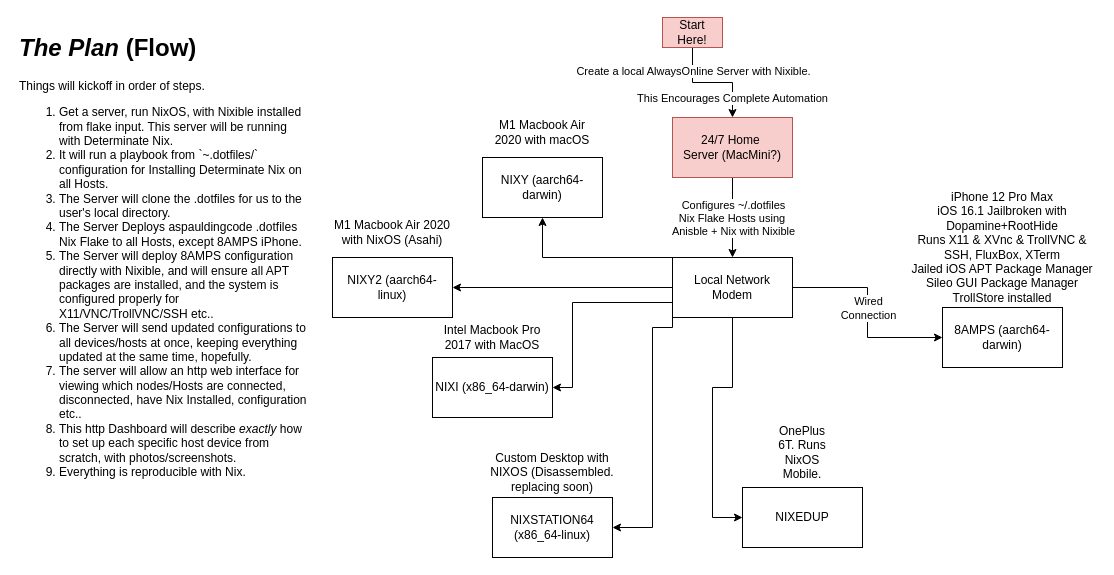
Before: architecture.drawio in aspauldingcode/.dotfiles, a draw.io diagram. Source tidied: cells renumbered, new cells numbered last; positions are measured from the earlier drawing's top-left corner, leaving out a move shared by most shapes. Both pictures are drawn from the tidied source at 100%, with x=0, y=0 at pixel (17, 17).
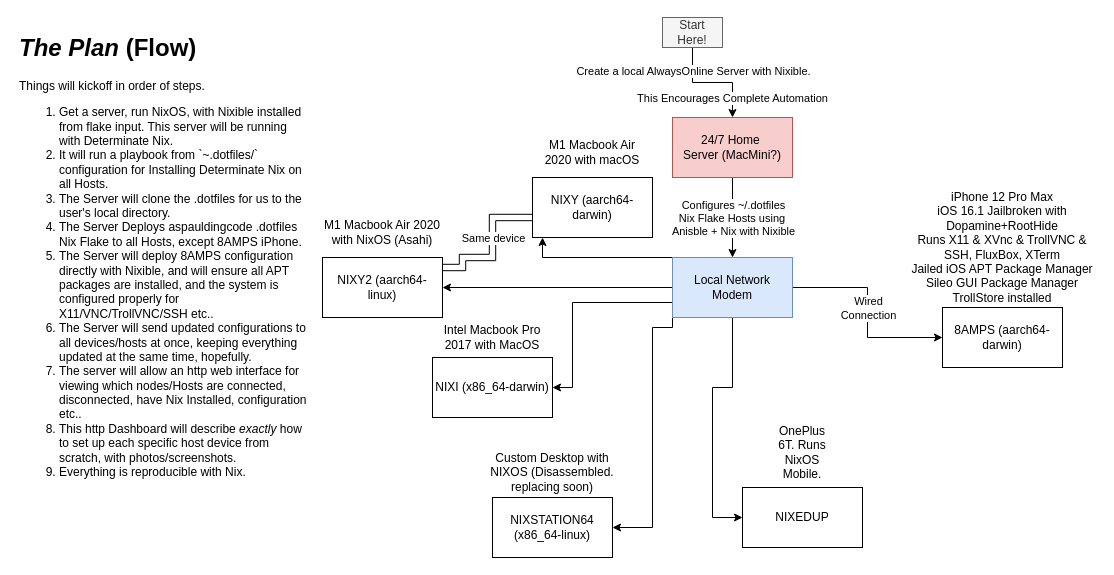
Above is the later version.

The edit, as a diff of the source:
```diff
@@
-    <mxCell id="12" value="Local Network Modem" style="rounded=0;whiteSpace=wrap;html=1;" parent="1" vertex="1">
+    <mxCell id="12" value="Local Network Modem" style="rounded=0;whiteSpace=wrap;html=1;fillColor=#dae8fc;strokeColor=#6c8ebf;" parent="1" vertex="1">
       <mxGeometry x="655" y="240" width="120" height="60" as="geometry" />
     </mxCell>
@@
     <mxCell id="14" value="NIXY (aarch64-darwin)" style="rounded=0;whiteSpace=wrap;html=1;" parent="1" vertex="1">
-      <mxGeometry x="465" y="140" width="120" height="60" as="geometry" />
+      <mxGeometry x="515" y="160" width="120" height="60" as="geometry" />
     </mxCell>
+    <mxCell id="30" style="edgeStyle=orthogonalEdgeStyle;rounded=0;orthogonalLoop=1;jettySize=auto;html=1;exitX=1;exitY=0;exitDx=0;exitDy=0;shape=link;width=6.399999999999999;" parent="1" edge="1">
+      <mxGeometry relative="1" as="geometry">
+        <mxPoint x="425" y="250" as="sourcePoint" />
+        <mxPoint x="515" y="200" as="targetPoint" />
+        <Array as="points">
+          <mxPoint x="445" y="250" />
+          <mxPoint x="445" y="240" />
+          <mxPoint x="475" y="240" />
+          <mxPoint x="475" y="200" />
+        </Array>
+      </mxGeometry>
+    </mxCell>
+    <mxCell id="31" value="Same device" style="edgeLabel;html=1;align=center;verticalAlign=middle;" parent="30" vertex="1">
+      <mxGeometry x="0.06" y="-1" relative="1" as="geometry">
+        <mxPoint x="-1" y="-6" as="offset" />
+      </mxGeometry>
+    </mxCell>
     <mxCell id="15" value="NIXY2 (aarch64-linux)" style="rounded=0;whiteSpace=wrap;html=1;" parent="1" vertex="1">
-      <mxGeometry x="315" y="240" width="120" height="60" as="geometry" />
+      <mxGeometry x="305" y="240" width="120" height="60" as="geometry" />
     </mxCell>
@@
-    <mxCell id="22" value="Start Here!" style="text;html=1;align=center;verticalAlign=middle;whiteSpace=wrap;rounded=0;fillColor=#f8cecc;strokeColor=#b85450;" parent="1" vertex="1">
+    <mxCell id="22" value="Start Here!" style="text;html=1;align=center;verticalAlign=middle;whiteSpace=wrap;rounded=0;fillColor=#f5f5f5;strokeColor=#666666;fontColor=#333333;" parent="1" vertex="1">
       <mxGeometry x="645" width="60" height="30" as="geometry" />
     </mxCell>
@@
     <mxCell id="25" value="M1 Macbook Air 2020 with macOS" style="text;html=1;align=center;verticalAlign=middle;whiteSpace=wrap;rounded=0;" parent="1" vertex="1">
-      <mxGeometry x="475" y="100" width="100" height="30" as="geometry" />
+      <mxGeometry x="525" y="120" width="100" height="30" as="geometry" />
     </mxCell>
     <mxCell id="26" value="M1 Macbook Air 2020 with NixOS (Asahi)" style="text;html=1;align=center;verticalAlign=middle;whiteSpace=wrap;rounded=0;" parent="1" vertex="1">
-      <mxGeometry x="310" y="200" width="130" height="30" as="geometry" />
+      <mxGeometry x="300" y="200" width="130" height="30" as="geometry" />
     </mxCell>
```
